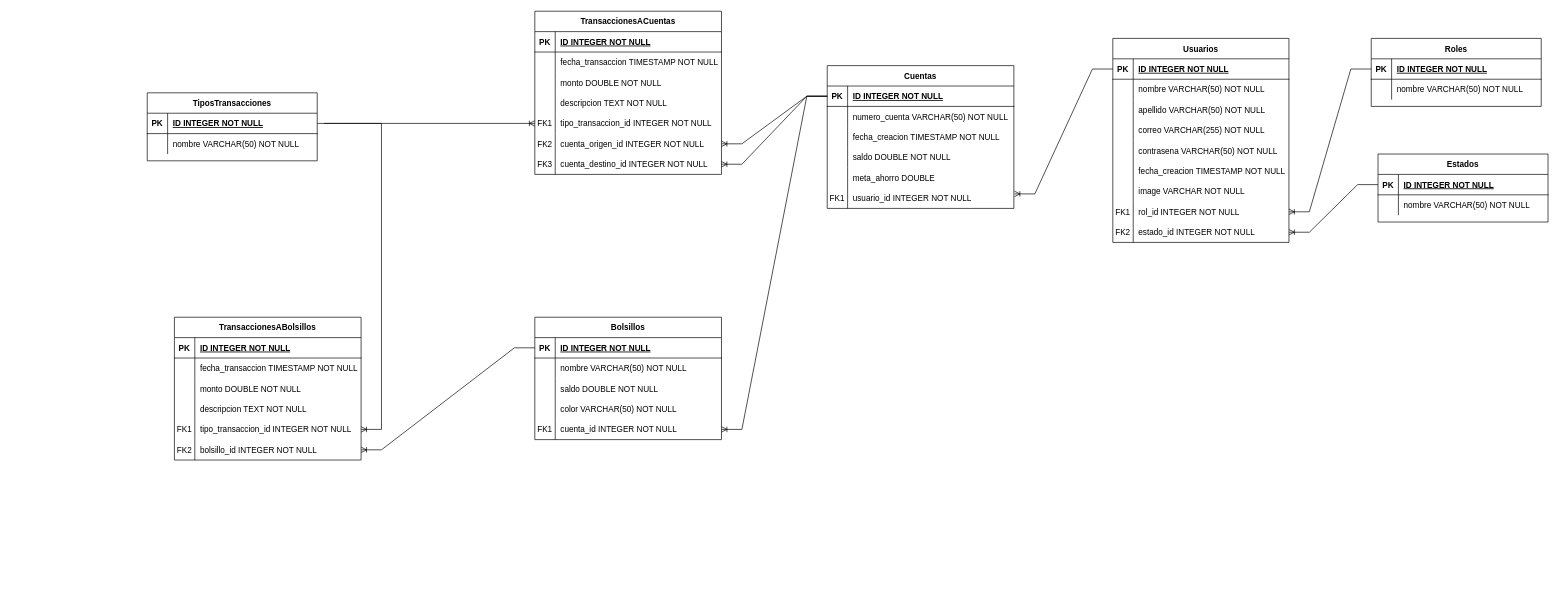
Above: proyecto-integrador-banco.drawio in WhitneySt/uml-proyecto-interador (draw.io), before the change. Source tidied: cells renumbered, new cells numbered last; positions are measured from the earlier drawing's top-left corner, leaving out a move shared by most shapes. Both pictures are drawn from the tidied source at 68%, with x=0, y=0 at pixel (147, 11).
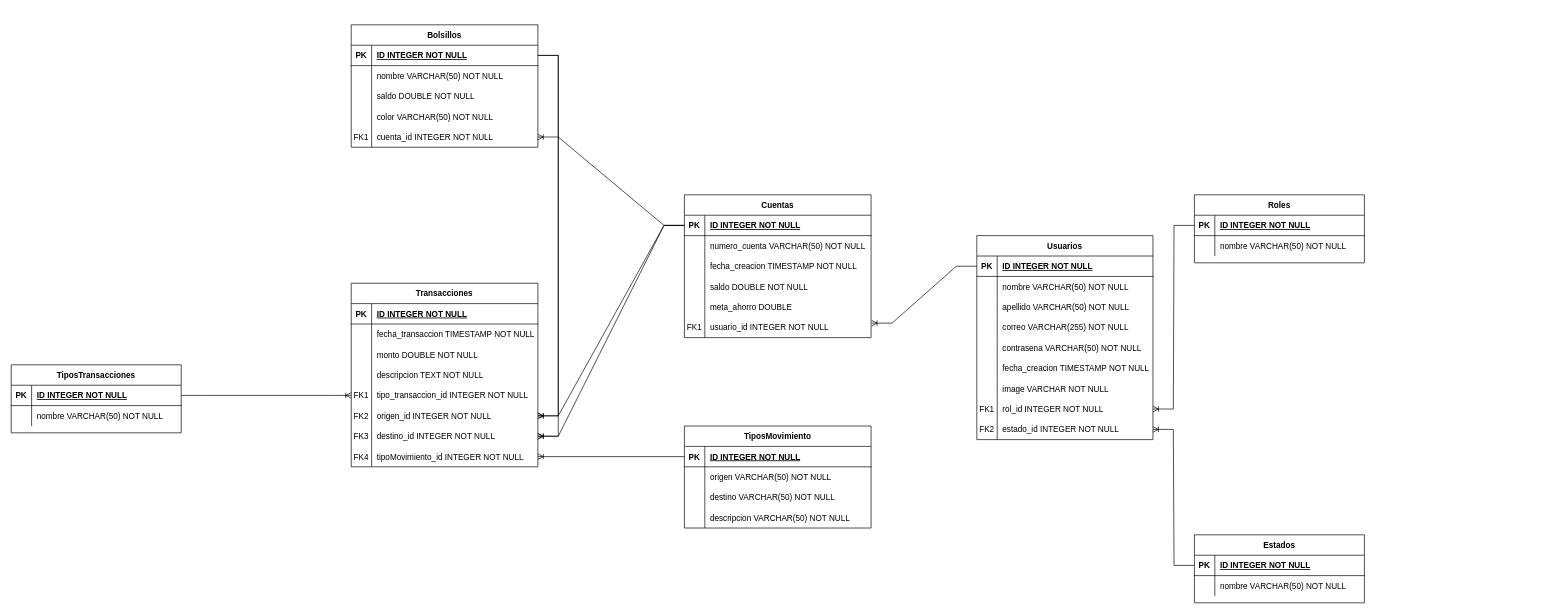
After the change.

The change refers to these unchanged cells:
```xml
<mxCell id="82" style="shape=tableRow;horizontal=0;startSize=0;swimlaneHead=0;swimlaneBody=0;fillColor=none;points=[[0,0.5],[1,0.5]];portConstraint=eastwest;top=0;left=0;right=0;bottom=0;" parent="66" vertex="1">
  <mxGeometry y="180" width="274.5" height="30" as="geometry" />
</mxCell>
<mxCell id="85" style="shape=tableRow;horizontal=0;startSize=0;swimlaneHead=0;swimlaneBody=0;fillColor=none;points=[[0,0.5],[1,0.5]];portConstraint=eastwest;top=0;left=0;right=0;bottom=0;" parent="66" vertex="1">
  <mxGeometry y="210" width="274.5" height="30" as="geometry" />
</mxCell>
<mxCell id="118" style="shape=partialRectangle;fillColor=none;points=[[0,0.5],[1,0.5]];portConstraint=eastwest;top=0;left=0;right=0;bottom=1;" parent="117" vertex="1">
  <mxGeometry y="30" width="274.5" height="30" as="geometry" />
</mxCell>
```

The edit, as a diff of the source:
```diff
@@
     <mxCell id="2" value="Roles" style="shape=table;startSize=30;childLayout=tableLayout;rowLines=0;fontStyle=1;align=center;" parent="1" vertex="1">
-      <mxGeometry x="1800" y="40" width="250" height="100" as="geometry" />
+      <mxGeometry x="1540" y="270" width="250" height="100" as="geometry" />
     </mxCell>
@@
     <mxCell id="9" value="Estados" style="shape=table;startSize=30;childLayout=tableLayout;rowLines=0;fontStyle=1;align=center;" parent="1" vertex="1">
-      <mxGeometry x="1810" y="210" width="250" height="100" as="geometry" />
+      <mxGeometry x="1540" y="770" width="250" height="100" as="geometry" />
     </mxCell>
@@
     <mxCell id="16" value="Usuarios" style="shape=table;startSize=30;childLayout=tableLayout;rowLines=0;fontStyle=1;align=center;" parent="1" vertex="1">
-      <mxGeometry x="1420" y="40" width="259" height="300" as="geometry" />
+      <mxGeometry x="1220" y="330" width="259" height="300" as="geometry" />
     </mxCell>
@@
     <mxCell id="46" value="Cuentas" style="shape=table;startSize=30;childLayout=tableLayout;rowLines=0;fontStyle=1;align=center;" parent="1" vertex="1">
-      <mxGeometry x="1000" y="80" width="274.5" height="210" as="geometry" />
+      <mxGeometry x="790" y="270" width="274.5" height="210" as="geometry" />
     </mxCell>
@@
-    <mxCell id="66" value="TransaccionesACuentas" style="shape=table;startSize=30;childLayout=tableLayout;rowLines=0;fontStyle=1;align=center;" parent="1" vertex="1">
-      <mxGeometry x="570" width="274.5" height="240" as="geometry" />
+    <mxCell id="66" value="Transacciones" style="shape=table;startSize=30;childLayout=tableLayout;rowLines=0;fontStyle=1;align=center;" parent="1" vertex="1">
+      <mxGeometry x="300" y="400" width="274.5" height="270" as="geometry" />
     </mxCell>
@@
-    <mxCell id="84" value="cuenta_origen_id INTEGER NOT NULL" style="shape=partialRectangle;fillColor=none;top=0;left=0;bottom=0;right=0;align=left;spacingLeft=6;overflow=hidden;" parent="82" vertex="1">
+    <mxCell id="84" value="origen_id INTEGER NOT NULL" style="shape=partialRectangle;fillColor=none;top=0;left=0;bottom=0;right=0;align=left;spacingLeft=6;overflow=hidden;" parent="82" vertex="1">
       <mxGeometry x="30" width="244.5" height="30" as="geometry" />
     </mxCell>
@@
-    <mxCell id="87" value="cuenta_destino_id INTEGER NOT NULL" style="shape=partialRectangle;fillColor=none;top=0;left=0;bottom=0;right=0;align=left;spacingLeft=6;overflow=hidden;" parent="85" vertex="1">
+    <mxCell id="87" value="destino_id INTEGER NOT NULL" style="shape=partialRectangle;fillColor=none;top=0;left=0;bottom=0;right=0;align=left;spacingLeft=6;overflow=hidden;" parent="85" vertex="1">
       <mxGeometry x="30" width="244.5" height="30" as="geometry" />
     </mxCell>
+    <mxCell id="136" style="shape=tableRow;horizontal=0;startSize=0;swimlaneHead=0;swimlaneBody=0;fillColor=none;points=[[0,0.5],[1,0.5]];portConstraint=eastwest;top=0;left=0;right=0;bottom=0;" parent="66" vertex="1">
+      <mxGeometry y="240" width="274.5" height="30" as="geometry" />
+    </mxCell>
+    <mxCell id="137" value="FK4" style="shape=partialRectangle;fillColor=none;top=0;left=0;bottom=0;right=0;overflow=hidden;" parent="136" vertex="1">
+      <mxGeometry width="30" height="30" as="geometry" />
+    </mxCell>
+    <mxCell id="138" value="tipoMovimiento_id INTEGER NOT NULL" style="shape=partialRectangle;fillColor=none;top=0;left=0;bottom=0;right=0;align=left;spacingLeft=6;overflow=hidden;" parent="136" vertex="1">
+      <mxGeometry x="30" width="244.5" height="30" as="geometry" />
+    </mxCell>
     <mxCell id="88" value="TiposTransacciones" style="shape=table;startSize=30;childLayout=tableLayout;rowLines=0;fontStyle=1;align=center;" parent="1" vertex="1">
-      <mxGeometry y="120" width="250" height="100" as="geometry" />
+      <mxGeometry x="-200" y="520" width="250" height="100" as="geometry" />
     </mxCell>
@@
-    <mxCell id="98" value="TransaccionesABolsillos" style="shape=table;startSize=30;childLayout=tableLayout;rowLines=0;fontStyle=1;align=center;" parent="1" vertex="1">
-      <mxGeometry x="40" y="450" width="274.5" height="210" as="geometry" />
-    </mxCell>
-    <mxCell id="99" style="shape=partialRectangle;fillColor=none;points=[[0,0.5],[1,0.5]];portConstraint=eastwest;top=0;left=0;right=0;bottom=1;" parent="98" vertex="1">
-      <mxGeometry y="30" width="274.5" height="30" as="geometry" />
-    </mxCell>
-    <mxCell id="100" value="PK" style="shape=partialRectangle;overflow=hidden;fillColor=none;top=0;left=0;bottom=0;right=0;fontStyle=1;" parent="99" vertex="1">
-      <mxGeometry width="30" height="30" as="geometry" />
-    </mxCell>
-    <mxCell id="101" value="ID INTEGER NOT NULL " style="shape=partialRectangle;overflow=hidden;fillColor=none;top=0;left=0;bottom=0;right=0;align=left;spacingLeft=6;fontStyle=5;" parent="99" vertex="1">
-      <mxGeometry x="30" width="244.5" height="30" as="geometry" />
-    </mxCell>
-    <mxCell id="102" style="shape=tableRow;horizontal=0;startSize=0;swimlaneHead=0;swimlaneBody=0;fillColor=none;top=0;left=0;right=0;bottom=0;" parent="98" vertex="1">
-      <mxGeometry y="60" width="274.5" height="30" as="geometry" />
-    </mxCell>
-    <mxCell id="103" style="shape=partialRectangle;fillColor=none;top=0;left=0;bottom=0;right=0;overflow=hidden;" parent="102" vertex="1">
-      <mxGeometry width="30" height="30" as="geometry" />
-    </mxCell>
-    <mxCell id="104" value="fecha_transaccion TIMESTAMP NOT NULL" style="shape=partialRectangle;fillColor=none;top=0;left=0;bottom=0;right=0;align=left;spacingLeft=6;overflow=hidden;" parent="102" vertex="1">
-      <mxGeometry x="30" width="244.5" height="30" as="geometry" />
-    </mxCell>
-    <mxCell id="105" style="shape=tableRow;horizontal=0;startSize=0;swimlaneHead=0;swimlaneBody=0;fillColor=none;top=0;left=0;right=0;bottom=0;" parent="98" vertex="1">
-      <mxGeometry y="90" width="274.5" height="30" as="geometry" />
-    </mxCell>
-    <mxCell id="106" style="shape=partialRectangle;fillColor=none;top=0;left=0;bottom=0;right=0;overflow=hidden;" parent="105" vertex="1">
-      <mxGeometry width="30" height="30" as="geometry" />
-    </mxCell>
-    <mxCell id="107" value="monto DOUBLE NOT NULL" style="shape=partialRectangle;fillColor=none;top=0;left=0;bottom=0;right=0;align=left;spacingLeft=6;overflow=hidden;" parent="105" vertex="1">
-      <mxGeometry x="30" width="244.5" height="30" as="geometry" />
-    </mxCell>
-    <mxCell id="108" style="shape=tableRow;horizontal=0;startSize=0;swimlaneHead=0;swimlaneBody=0;fillColor=none;top=0;left=0;right=0;bottom=0;" parent="98" vertex="1">
-      <mxGeometry y="120" width="274.5" height="30" as="geometry" />
-    </mxCell>
-    <mxCell id="109" style="shape=partialRectangle;fillColor=none;top=0;left=0;bottom=0;right=0;overflow=hidden;" parent="108" vertex="1">
-      <mxGeometry width="30" height="30" as="geometry" />
-    </mxCell>
-    <mxCell id="110" value="descripcion TEXT NOT NULL" style="shape=partialRectangle;fillColor=none;top=0;left=0;bottom=0;right=0;align=left;spacingLeft=6;overflow=hidden;" parent="108" vertex="1">
-      <mxGeometry x="30" width="244.5" height="30" as="geometry" />
-    </mxCell>
-    <mxCell id="111" style="shape=tableRow;horizontal=0;startSize=0;swimlaneHead=0;swimlaneBody=0;fillColor=none;points=[[0,0.5],[1,0.5]];portConstraint=eastwest;top=0;left=0;right=0;bottom=0;" parent="98" vertex="1">
-      <mxGeometry y="150" width="274.5" height="30" as="geometry" />
-    </mxCell>
-    <mxCell id="112" value="FK1" style="shape=partialRectangle;fillColor=none;top=0;left=0;bottom=0;right=0;overflow=hidden;" parent="111" vertex="1">
-      <mxGeometry width="30" height="30" as="geometry" />
-    </mxCell>
-    <mxCell id="113" value="tipo_transaccion_id INTEGER NOT NULL" style="shape=partialRectangle;fillColor=none;top=0;left=0;bottom=0;right=0;align=left;spacingLeft=6;overflow=hidden;" parent="111" vertex="1">
-      <mxGeometry x="30" width="244.5" height="30" as="geometry" />
-    </mxCell>
-    <mxCell id="114" style="shape=tableRow;horizontal=0;startSize=0;swimlaneHead=0;swimlaneBody=0;fillColor=none;points=[[0,0.5],[1,0.5]];portConstraint=eastwest;top=0;left=0;right=0;bottom=0;" parent="98" vertex="1">
-      <mxGeometry y="180" width="274.5" height="30" as="geometry" />
-    </mxCell>
-    <mxCell id="115" value="FK2" style="shape=partialRectangle;fillColor=none;top=0;left=0;bottom=0;right=0;overflow=hidden;" parent="114" vertex="1">
-      <mxGeometry width="30" height="30" as="geometry" />
-    </mxCell>
-    <mxCell id="116" value="bolsillo_id INTEGER NOT NULL" style="shape=partialRectangle;fillColor=none;top=0;left=0;bottom=0;right=0;align=left;spacingLeft=6;overflow=hidden;" parent="114" vertex="1">
-      <mxGeometry x="30" width="244.5" height="30" as="geometry" />
-    </mxCell>
     <mxCell id="117" value="Bolsillos" style="shape=table;startSize=30;childLayout=tableLayout;rowLines=0;fontStyle=1;align=center;" parent="1" vertex="1">
-      <mxGeometry x="570" y="450" width="274.5" height="180" as="geometry" />
+      <mxGeometry x="300" y="20" width="274.5" height="180" as="geometry" />
     </mxCell>
@@
-    <mxCell id="134" style="edgeStyle=entityRelationEdgeStyle;fontSize=12;html=1;endArrow=ERoneToMany;rounded=0;entryX=1;entryY=0.5;entryDx=0;entryDy=0;exitX=0;exitY=0.5;exitDx=0;exitDy=0;" parent="1" edge="1" source="118" target="114">
-      <mxGeometry relative="1" as="geometry" />
-    </mxCell>
-    <mxCell id="135" style="edgeStyle=entityRelationEdgeStyle;fontSize=12;html=1;endArrow=ERoneToMany;rounded=0;" parent="1" edge="1" target="111">
-      <mxGeometry relative="1" as="geometry">
-        <mxPoint x="260" y="165" as="sourcePoint" />
-      </mxGeometry>
-    </mxCell>
+    <mxCell id="139" value="TiposMovimiento" style="shape=table;startSize=30;childLayout=tableLayout;rowLines=0;fontStyle=1;align=center;" parent="1" vertex="1">
+      <mxGeometry x="790" y="610" width="274.5" height="150" as="geometry" />
+    </mxCell>
+    <mxCell id="99" style="shape=partialRectangle;fillColor=none;points=[[0,0.5],[1,0.5]];portConstraint=eastwest;top=0;left=0;right=0;bottom=1;" parent="139" vertex="1">
+      <mxGeometry y="30" width="274.5" height="30" as="geometry" />
+    </mxCell>
+    <mxCell id="100" value="PK" style="shape=partialRectangle;overflow=hidden;fillColor=none;top=0;left=0;bottom=0;right=0;fontStyle=1;" parent="99" vertex="1">
+      <mxGeometry width="30" height="30" as="geometry" />
+    </mxCell>
+    <mxCell id="101" value="ID INTEGER NOT NULL " style="shape=partialRectangle;overflow=hidden;fillColor=none;top=0;left=0;bottom=0;right=0;align=left;spacingLeft=6;fontStyle=5;" parent="99" vertex="1">
+      <mxGeometry x="30" width="244.5" height="30" as="geometry" />
+    </mxCell>
+    <mxCell id="140" style="shape=partialRectangle;fillColor=none;top=0;left=0;right=0;bottom=0;" parent="139" vertex="1">
+      <mxGeometry y="60" width="274.5" height="30" as="geometry" />
+    </mxCell>
+    <mxCell id="141" style="shape=partialRectangle;overflow=hidden;fillColor=none;top=0;left=0;bottom=0;right=0;" parent="140" vertex="1">
+      <mxGeometry width="30" height="30" as="geometry" />
+    </mxCell>
+    <mxCell id="142" value="origen VARCHAR(50) NOT NULL" style="shape=partialRectangle;overflow=hidden;fillColor=none;top=0;left=0;bottom=0;right=0;align=left;spacingLeft=6;" parent="140" vertex="1">
+      <mxGeometry x="30" width="244.5" height="30" as="geometry" />
+    </mxCell>
+    <mxCell id="105" style="shape=tableRow;horizontal=0;startSize=0;swimlaneHead=0;swimlaneBody=0;fillColor=none;top=0;left=0;right=0;bottom=0;" parent="139" vertex="1">
+      <mxGeometry y="90" width="274.5" height="30" as="geometry" />
+    </mxCell>
+    <mxCell id="143" style="shape=partialRectangle;fillColor=none;top=0;left=0;bottom=0;right=0;overflow=hidden;" parent="105" vertex="1">
+      <mxGeometry width="30" height="30" as="geometry" />
+    </mxCell>
+    <mxCell id="144" value="destino VARCHAR(50) NOT NULL" style="shape=partialRectangle;fillColor=none;top=0;left=0;bottom=0;right=0;align=left;spacingLeft=6;overflow=hidden;" parent="105" vertex="1">
+      <mxGeometry x="30" width="244.5" height="30" as="geometry" />
+    </mxCell>
+    <mxCell id="108" style="shape=tableRow;horizontal=0;startSize=0;swimlaneHead=0;swimlaneBody=0;fillColor=none;top=0;left=0;right=0;bottom=0;" parent="139" vertex="1">
+      <mxGeometry y="120" width="274.5" height="30" as="geometry" />
+    </mxCell>
+    <mxCell id="145" style="shape=partialRectangle;fillColor=none;top=0;left=0;bottom=0;right=0;overflow=hidden;" parent="108" vertex="1">
+      <mxGeometry width="30" height="30" as="geometry" />
+    </mxCell>
+    <mxCell id="146" value="descripcion VARCHAR(50) NOT NULL" style="shape=partialRectangle;fillColor=none;top=0;left=0;bottom=0;right=0;align=left;spacingLeft=6;overflow=hidden;" parent="108" vertex="1">
+      <mxGeometry x="30" width="244.5" height="30" as="geometry" />
+    </mxCell>
+    <mxCell id="147" style="edgeStyle=entityRelationEdgeStyle;fontSize=12;html=1;endArrow=ERoneToMany;rounded=0;entryX=1;entryY=0.5;entryDx=0;entryDy=0;exitX=0;exitY=0.5;exitDx=0;exitDy=0;" parent="1" edge="1" source="99" target="136">
+      <mxGeometry relative="1" as="geometry" />
+    </mxCell>
+    <mxCell id="148" style="edgeStyle=entityRelationEdgeStyle;fontSize=12;html=1;endArrow=ERoneToMany;rounded=0;entryX=1;entryY=0.5;entryDx=0;entryDy=0;exitX=1;exitY=0.5;exitDx=0;exitDy=0;" parent="1" edge="1" source="118" target="82">
+      <mxGeometry relative="1" as="geometry" />
+    </mxCell>
+    <mxCell id="149" style="edgeStyle=entityRelationEdgeStyle;fontSize=12;html=1;endArrow=ERoneToMany;rounded=0;entryX=1;entryY=0.5;entryDx=0;entryDy=0;exitX=1;exitY=0.5;exitDx=0;exitDy=0;" parent="1" edge="1" source="118" target="85">
+      <mxGeometry relative="1" as="geometry" />
+    </mxCell>
```
